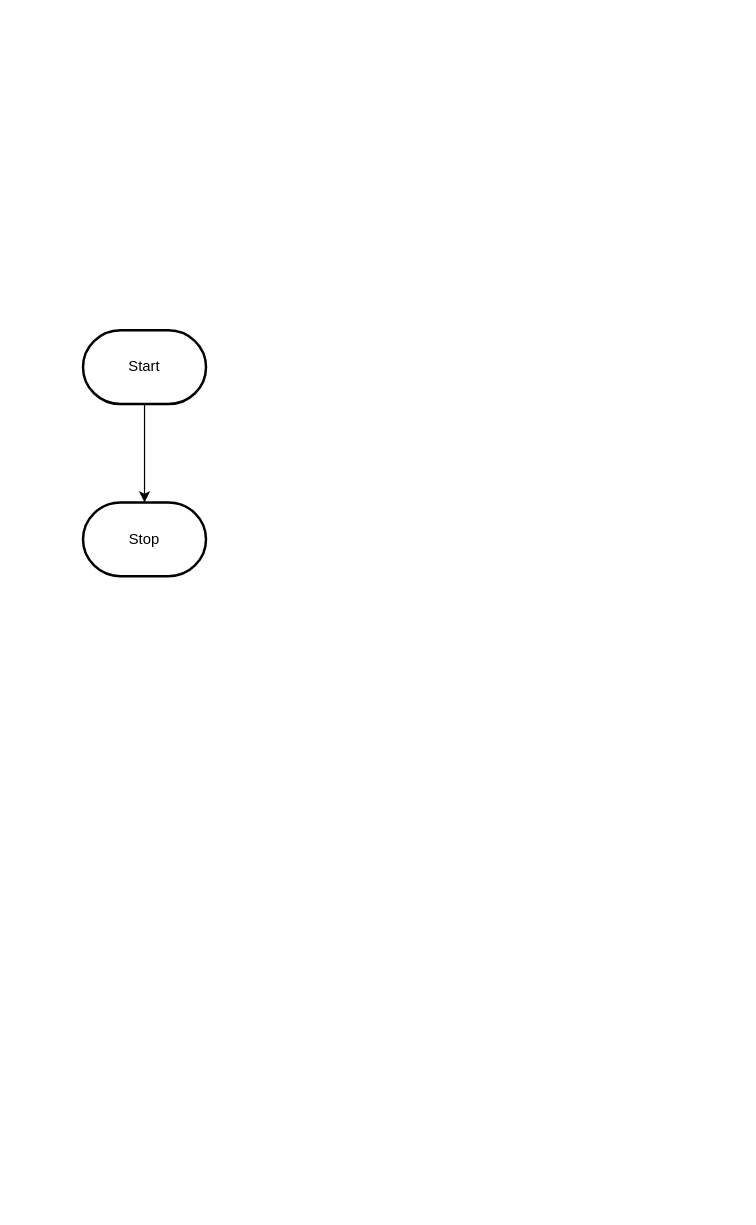
Before: design/flowchart.drawio in MTHS-ICS2O-2-2022/ICS2O-Unit-5-03-Lucas-Osmond, a draw.io diagram. Source tidied: cells renumbered, new cells numbered last; positions are measured from the earlier drawing's top-left corner, leaving out a move shared by most shapes. Both pictures are drawn from the tidied source at 123%, with x=0, y=0 at pixel (82, 330).
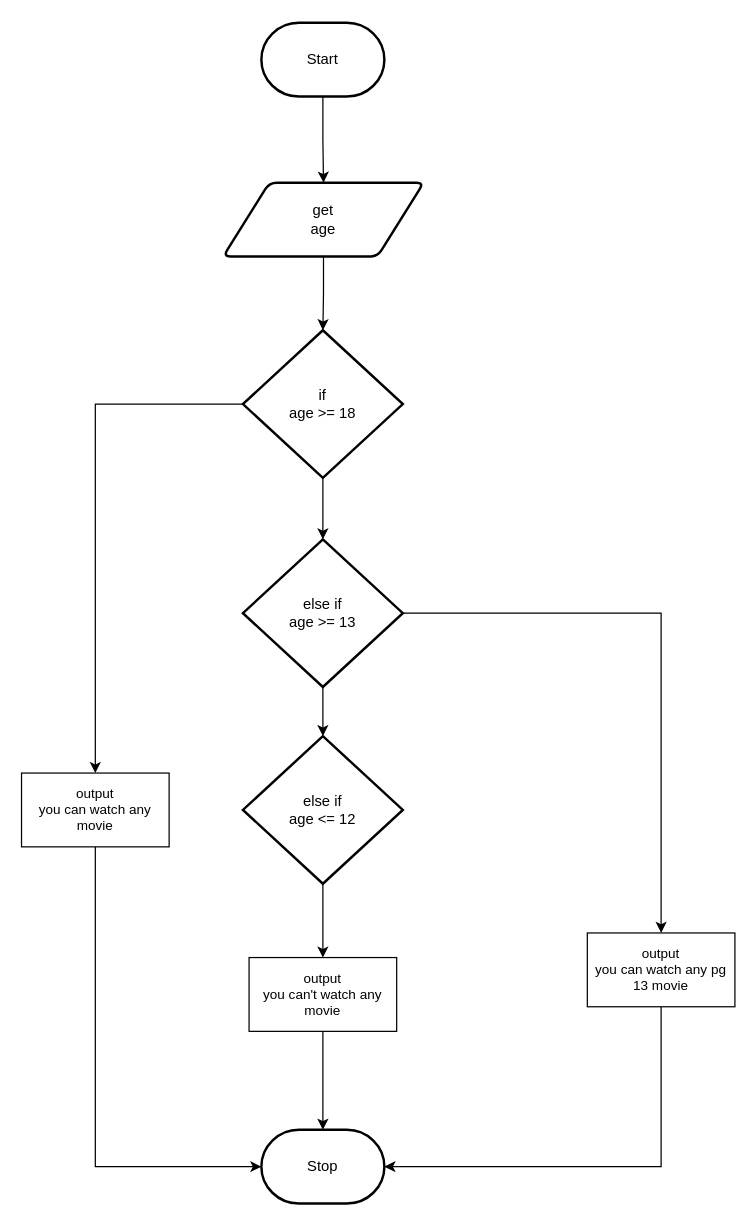
After the change.

Change to the diagram source:
```diff
@@
-    <mxCell id="2" style="edgeStyle=orthogonalEdgeStyle;html=1;rounded=0;" parent="1" edge="1" source="3" target="4">
+    <mxCell id="2" style="edgeStyle=orthogonalEdgeStyle;html=1;rounded=0;entryX=0.5;entryY=0;entryDx=0;entryDy=0;" parent="1" edge="1" source="3" target="6">
       <mxGeometry relative="1" as="geometry" />
     </mxCell>
     <mxCell id="3" value="Start" style="strokeWidth=2;html=1;shape=mxgraph.flowchart.terminator;whiteSpace=wrap;" parent="1" vertex="1">
-      <mxGeometry width="100" height="60" as="geometry" />
+      <mxGeometry x="145" y="-250" width="100" height="60" as="geometry" />
     </mxCell>
     <mxCell id="4" value="Stop" style="strokeWidth=2;html=1;shape=mxgraph.flowchart.terminator;whiteSpace=wrap;" parent="1" vertex="1">
-      <mxGeometry y="140" width="100" height="60" as="geometry" />
+      <mxGeometry x="145" y="650" width="100" height="60" as="geometry" />
     </mxCell>
+    <mxCell id="5" style="edgeStyle=orthogonalEdgeStyle;html=1;entryX=0.5;entryY=0;entryDx=0;entryDy=0;entryPerimeter=0;rounded=0;" parent="1" edge="1" source="6" target="9">
+      <mxGeometry relative="1" as="geometry" />
+    </mxCell>
+    <mxCell id="6" value="get&lt;br&gt;age" style="shape=parallelogram;html=1;strokeWidth=2;perimeter=parallelogramPerimeter;whiteSpace=wrap;rounded=1;arcSize=12;size=0.23;" parent="1" vertex="1">
+      <mxGeometry x="114" y="-120" width="163" height="60" as="geometry" />
+    </mxCell>
+    <mxCell id="7" style="edgeStyle=orthogonalEdgeStyle;html=1;rounded=0;" parent="1" edge="1" source="9" target="12">
+      <mxGeometry relative="1" as="geometry" />
+    </mxCell>
+    <mxCell id="8" style="edgeStyle=orthogonalEdgeStyle;shape=connector;rounded=0;html=1;entryX=0.5;entryY=0;entryDx=0;entryDy=0;labelBackgroundColor=default;strokeColor=default;fontFamily=Helvetica;fontSize=11;fontColor=default;endArrow=classic;" parent="1" edge="1" source="9" target="16">
+      <mxGeometry relative="1" as="geometry" />
+    </mxCell>
+    <mxCell id="9" value="if&lt;br&gt;age &amp;gt;= 18" style="strokeWidth=2;html=1;shape=mxgraph.flowchart.decision;whiteSpace=wrap;" parent="1" vertex="1">
+      <mxGeometry x="130" width="130" height="120" as="geometry" />
+    </mxCell>
+    <mxCell id="10" style="edgeStyle=orthogonalEdgeStyle;html=1;rounded=0;" parent="1" edge="1" source="12" target="14">
+      <mxGeometry relative="1" as="geometry" />
+    </mxCell>
+    <mxCell id="11" style="edgeStyle=orthogonalEdgeStyle;shape=connector;rounded=0;html=1;labelBackgroundColor=default;strokeColor=default;fontFamily=Helvetica;fontSize=11;fontColor=default;endArrow=classic;entryX=0.5;entryY=0;entryDx=0;entryDy=0;" parent="1" edge="1" source="12" target="18">
+      <mxGeometry relative="1" as="geometry" />
+    </mxCell>
+    <mxCell id="12" value="else if&lt;br&gt;age &amp;gt;= 13" style="strokeWidth=2;html=1;shape=mxgraph.flowchart.decision;whiteSpace=wrap;" parent="1" vertex="1">
+      <mxGeometry x="130" y="170" width="130" height="120" as="geometry" />
+    </mxCell>
+    <mxCell id="13" style="edgeStyle=orthogonalEdgeStyle;shape=connector;rounded=0;html=1;labelBackgroundColor=default;strokeColor=default;fontFamily=Helvetica;fontSize=11;fontColor=default;endArrow=classic;" parent="1" edge="1" source="14" target="20">
+      <mxGeometry relative="1" as="geometry" />
+    </mxCell>
+    <mxCell id="14" value="else if&lt;br&gt;age &amp;lt;= 12" style="strokeWidth=2;html=1;shape=mxgraph.flowchart.decision;whiteSpace=wrap;" parent="1" vertex="1">
+      <mxGeometry x="130" y="330" width="130" height="120" as="geometry" />
+    </mxCell>
+    <mxCell id="15" style="edgeStyle=orthogonalEdgeStyle;shape=connector;rounded=0;html=1;entryX=0;entryY=0.5;entryDx=0;entryDy=0;entryPerimeter=0;labelBackgroundColor=default;strokeColor=default;fontFamily=Helvetica;fontSize=11;fontColor=default;endArrow=classic;" parent="1" edge="1" source="16" target="4">
+      <mxGeometry relative="1" as="geometry">
+        <Array as="points">
+          <mxPoint x="10" y="680" />
+        </Array>
+      </mxGeometry>
+    </mxCell>
+    <mxCell id="16" value="output&lt;br&gt;you can watch any movie" style="rounded=0;whiteSpace=wrap;html=1;fontFamily=Helvetica;fontSize=11;fontColor=default;" parent="1" vertex="1">
+      <mxGeometry x="-50" y="360" width="120" height="60" as="geometry" />
+    </mxCell>
+    <mxCell id="17" style="edgeStyle=orthogonalEdgeStyle;shape=connector;rounded=0;html=1;entryX=1;entryY=0.5;entryDx=0;entryDy=0;entryPerimeter=0;labelBackgroundColor=default;strokeColor=default;fontFamily=Helvetica;fontSize=11;fontColor=default;endArrow=classic;" parent="1" edge="1" source="18" target="4">
+      <mxGeometry relative="1" as="geometry">
+        <Array as="points">
+          <mxPoint x="470" y="680" />
+        </Array>
+      </mxGeometry>
+    </mxCell>
+    <mxCell id="18" value="output&lt;br&gt;you can watch any pg 13 movie" style="rounded=0;whiteSpace=wrap;html=1;fontFamily=Helvetica;fontSize=11;fontColor=default;" parent="1" vertex="1">
+      <mxGeometry x="410" y="490" width="120" height="60" as="geometry" />
+    </mxCell>
+    <mxCell id="19" style="edgeStyle=orthogonalEdgeStyle;shape=connector;rounded=0;html=1;labelBackgroundColor=default;strokeColor=default;fontFamily=Helvetica;fontSize=11;fontColor=default;endArrow=classic;" parent="1" edge="1" source="20" target="4">
+      <mxGeometry relative="1" as="geometry" />
+    </mxCell>
+    <mxCell id="20" value="output&lt;br&gt;you can't watch any movie" style="rounded=0;whiteSpace=wrap;html=1;fontFamily=Helvetica;fontSize=11;fontColor=default;" parent="1" vertex="1">
+      <mxGeometry x="135" y="510" width="120" height="60" as="geometry" />
+    </mxCell>
```
